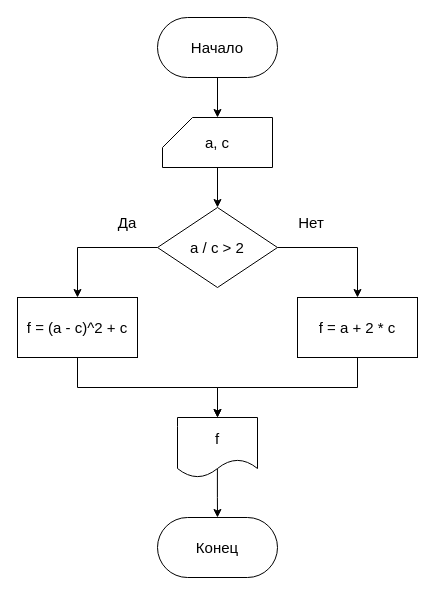
This is reports/lab3.drawio from reddiridabl666/ICS6-Assembly, a draw.io file, before an edit. Source tidied: cells renumbered, new cells numbered last; positions are measured from the earlier drawing's top-left corner, leaving out a move shared by most shapes. Both pictures are drawn from the tidied source at 100%, with x=0, y=0 at pixel (17, 17).
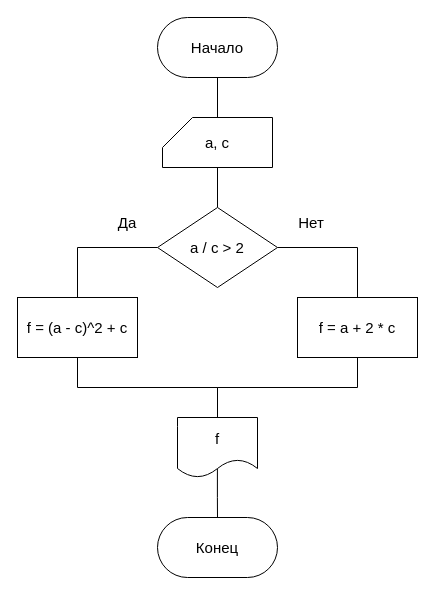
The same diagram, later.

Change to the diagram source:
```diff
@@
 <mxGraphModel>
   <root>
     <mxCell id="0" />
     <mxCell id="1" parent="0" />
-    <mxCell id="2" style="edgeStyle=orthogonalEdgeStyle;rounded=0;jettySize=auto;html=1;fontSize=15;" parent="1" edge="1" source="3" target="6">
+    <mxCell id="2" style="edgeStyle=orthogonalEdgeStyle;rounded=0;jettySize=auto;html=1;fontSize=15;endArrow=none;endFill=0;" parent="1" edge="1" source="3" target="6">
       <mxGeometry relative="1" as="geometry" />
     </mxCell>
     <mxCell id="3" value="Начало" style="rounded=1;whiteSpace=wrap;html=1;arcSize=50;fontSize=15;" parent="1" vertex="1">
       <mxGeometry x="140" width="120" height="60" as="geometry" />
     </mxCell>
     <mxCell id="4" value="Конец" style="rounded=1;whiteSpace=wrap;html=1;arcSize=50;fontSize=15;" parent="1" vertex="1">
       <mxGeometry x="140" y="500" width="120" height="60" as="geometry" />
     </mxCell>
-    <mxCell id="5" style="edgeStyle=orthogonalEdgeStyle;rounded=0;jettySize=auto;html=1;fontSize=15;" parent="1" edge="1" source="6" target="9">
+    <mxCell id="5" style="edgeStyle=orthogonalEdgeStyle;rounded=0;jettySize=auto;html=1;fontSize=15;endArrow=none;endFill=0;" parent="1" edge="1" source="6" target="9">
       <mxGeometry relative="1" as="geometry" />
     </mxCell>
     <mxCell id="6" value="a, c" style="shape=card;whiteSpace=wrap;html=1;fontSize=15;" parent="1" vertex="1">
       <mxGeometry x="145" y="100" width="110" height="50" as="geometry" />
     </mxCell>
-    <mxCell id="7" style="edgeStyle=orthogonalEdgeStyle;rounded=0;jettySize=auto;html=1;entryX=0.5;entryY=0;entryDx=0;entryDy=0;fontSize=15;" parent="1" edge="1" source="9" target="13">
+    <mxCell id="7" style="edgeStyle=orthogonalEdgeStyle;rounded=0;jettySize=auto;html=1;entryX=0.5;entryY=0;entryDx=0;entryDy=0;fontSize=15;endArrow=none;endFill=0;" parent="1" edge="1" source="9" target="13">
       <mxGeometry relative="1" as="geometry" />
     </mxCell>
-    <mxCell id="8" style="edgeStyle=orthogonalEdgeStyle;rounded=0;jettySize=auto;html=1;entryX=0.5;entryY=0;entryDx=0;entryDy=0;fontSize=15;" parent="1" edge="1" source="9" target="11">
+    <mxCell id="8" style="edgeStyle=orthogonalEdgeStyle;rounded=0;jettySize=auto;html=1;entryX=0.5;entryY=0;entryDx=0;entryDy=0;fontSize=15;endArrow=none;endFill=0;" parent="1" edge="1" source="9" target="11">
       <mxGeometry relative="1" as="geometry" />
     </mxCell>
     <mxCell id="9" value="a / c &amp;gt; 2" style="rhombus;whiteSpace=wrap;html=1;fontSize=15;" parent="1" vertex="1">
       <mxGeometry x="140" y="190" width="120" height="80" as="geometry" />
     </mxCell>
-    <mxCell id="10" style="edgeStyle=orthogonalEdgeStyle;rounded=0;jettySize=auto;html=1;entryX=0.5;entryY=0;entryDx=0;entryDy=0;fontSize=15;exitX=0.5;exitY=1;exitDx=0;exitDy=0;" parent="1" edge="1" source="11" target="15">
+    <mxCell id="10" style="edgeStyle=orthogonalEdgeStyle;rounded=0;jettySize=auto;html=1;entryX=0.5;entryY=0;entryDx=0;entryDy=0;fontSize=15;exitX=0.5;exitY=1;exitDx=0;exitDy=0;endArrow=none;endFill=0;" parent="1" edge="1" source="11" target="15">
       <mxGeometry relative="1" as="geometry" />
     </mxCell>
     <mxCell id="11" value="f = (a - c)^2 + c" style="rounded=0;whiteSpace=wrap;html=1;fontSize=15;" parent="1" vertex="1">
       <mxGeometry y="280" width="120" height="60" as="geometry" />
     </mxCell>
-    <mxCell id="12" style="edgeStyle=orthogonalEdgeStyle;rounded=0;jettySize=auto;html=1;exitX=0.5;exitY=1;exitDx=0;exitDy=0;entryX=0.5;entryY=0;entryDx=0;entryDy=0;fontSize=15;" parent="1" edge="1" source="13" target="15">
+    <mxCell id="12" style="edgeStyle=orthogonalEdgeStyle;rounded=0;jettySize=auto;html=1;exitX=0.5;exitY=1;exitDx=0;exitDy=0;entryX=0.5;entryY=0;entryDx=0;entryDy=0;fontSize=15;endArrow=none;endFill=0;" parent="1" edge="1" source="13" target="15">
       <mxGeometry relative="1" as="geometry" />
     </mxCell>
     <mxCell id="13" value="f = a + 2 * c" style="rounded=0;whiteSpace=wrap;html=1;fontSize=15;" parent="1" vertex="1">
       <mxGeometry x="280" y="280" width="120" height="60" as="geometry" />
     </mxCell>
-    <mxCell id="14" style="edgeStyle=orthogonalEdgeStyle;rounded=0;jettySize=auto;html=1;entryX=0.5;entryY=0;entryDx=0;entryDy=0;fontSize=15;exitX=0.499;exitY=0.85;exitDx=0;exitDy=0;exitPerimeter=0;" parent="1" edge="1" source="15" target="4">
+    <mxCell id="14" style="edgeStyle=orthogonalEdgeStyle;rounded=0;jettySize=auto;html=1;entryX=0.5;entryY=0;entryDx=0;entryDy=0;fontSize=15;exitX=0.499;exitY=0.85;exitDx=0;exitDy=0;exitPerimeter=0;endArrow=none;endFill=0;" parent="1" edge="1" source="15" target="4">
       <mxGeometry relative="1" as="geometry" />
     </mxCell>
     <mxCell id="15" value="f" style="shape=document;whiteSpace=wrap;html=1;boundedLbl=1;fontSize=15;" parent="1" vertex="1">
       <mxGeometry x="160" y="400" width="80" height="60" as="geometry" />
     </mxCell>
     <mxCell id="16" value="Да" style="text;html=1;strokeColor=none;fillColor=none;align=center;verticalAlign=middle;whiteSpace=wrap;rounded=0;fontSize=15;" parent="1" vertex="1">
       <mxGeometry x="80" y="190" width="60" height="30" as="geometry" />
     </mxCell>
     <mxCell id="17" value="Нет" style="text;html=1;strokeColor=none;fillColor=none;align=center;verticalAlign=middle;whiteSpace=wrap;rounded=0;fontSize=15;" parent="1" vertex="1">
       <mxGeometry x="264" y="190" width="60" height="30" as="geometry" />
     </mxCell>
   </root>
 </mxGraphModel>
```
